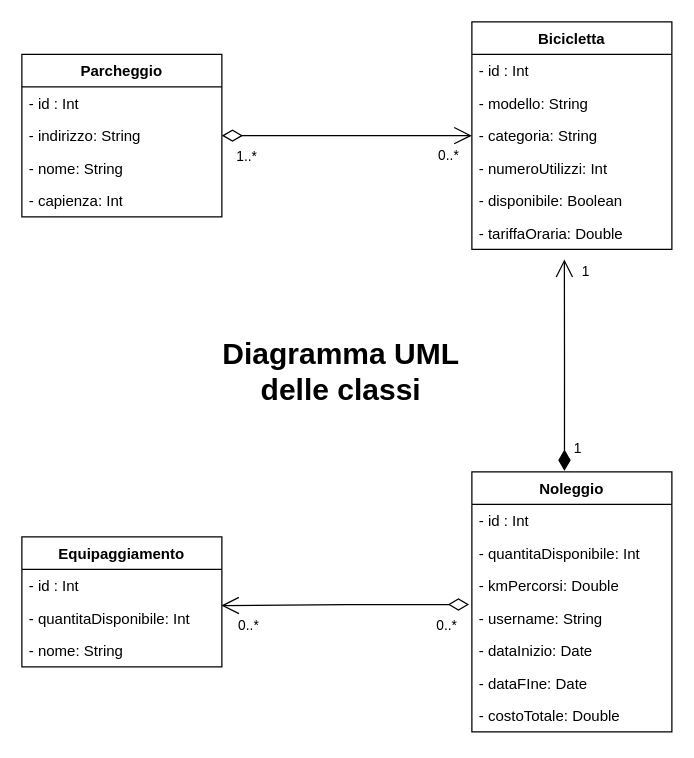
Before: page "Models" (1 of 3) of docs/diagrams/BikeRent.drawio in antoSWN/BikeRent, a draw.io diagram. Source tidied: cells renumbered, new cells numbered last; positions are measured from the earlier drawing's top-left corner, leaving out a move shared by most shapes. Both pictures are drawn from the tidied source at 125%, with x=0, y=0 at pixel (21, 21).
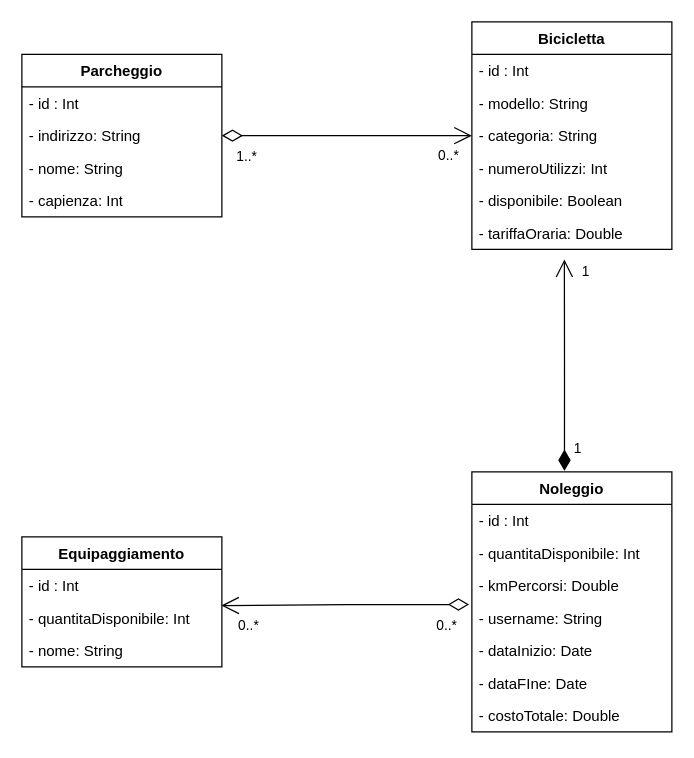
The same page after the edit.

Diff of the diagram source:
```diff
@@
-    <mxCell id="34" value="Diagramma UML&lt;div&gt;delle classi&lt;/div&gt;" style="text;strokeColor=none;fillColor=none;html=1;fontSize=24;fontStyle=1;verticalAlign=middle;align=center;labelBackgroundColor=none;rounded=0;" parent="1" vertex="1">
-      <mxGeometry x="205" y="260" width="100" height="40" as="geometry" />
-    </mxCell>
```
